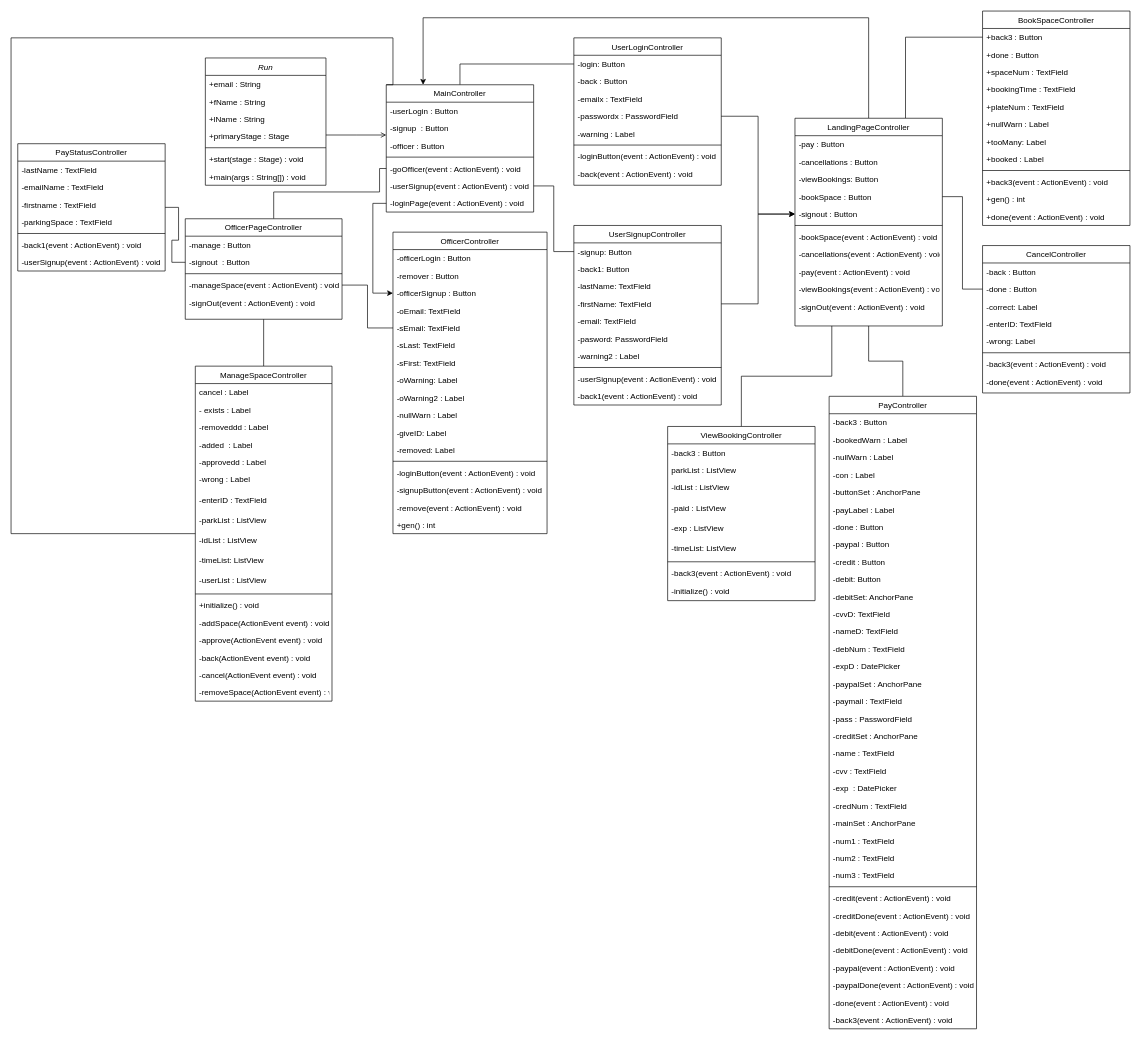
Before: EECS3311-Project/documents/ExpressParkingDiagram.drawio in nourinjh/ExpressParking, a draw.io diagram. Source tidied: cells renumbered, new cells numbered last; positions are measured from the earlier drawing's top-left corner, leaving out a move shared by most shapes. Both pictures are drawn from the tidied source at 67%, with x=0, y=0 at pixel (11, 11).
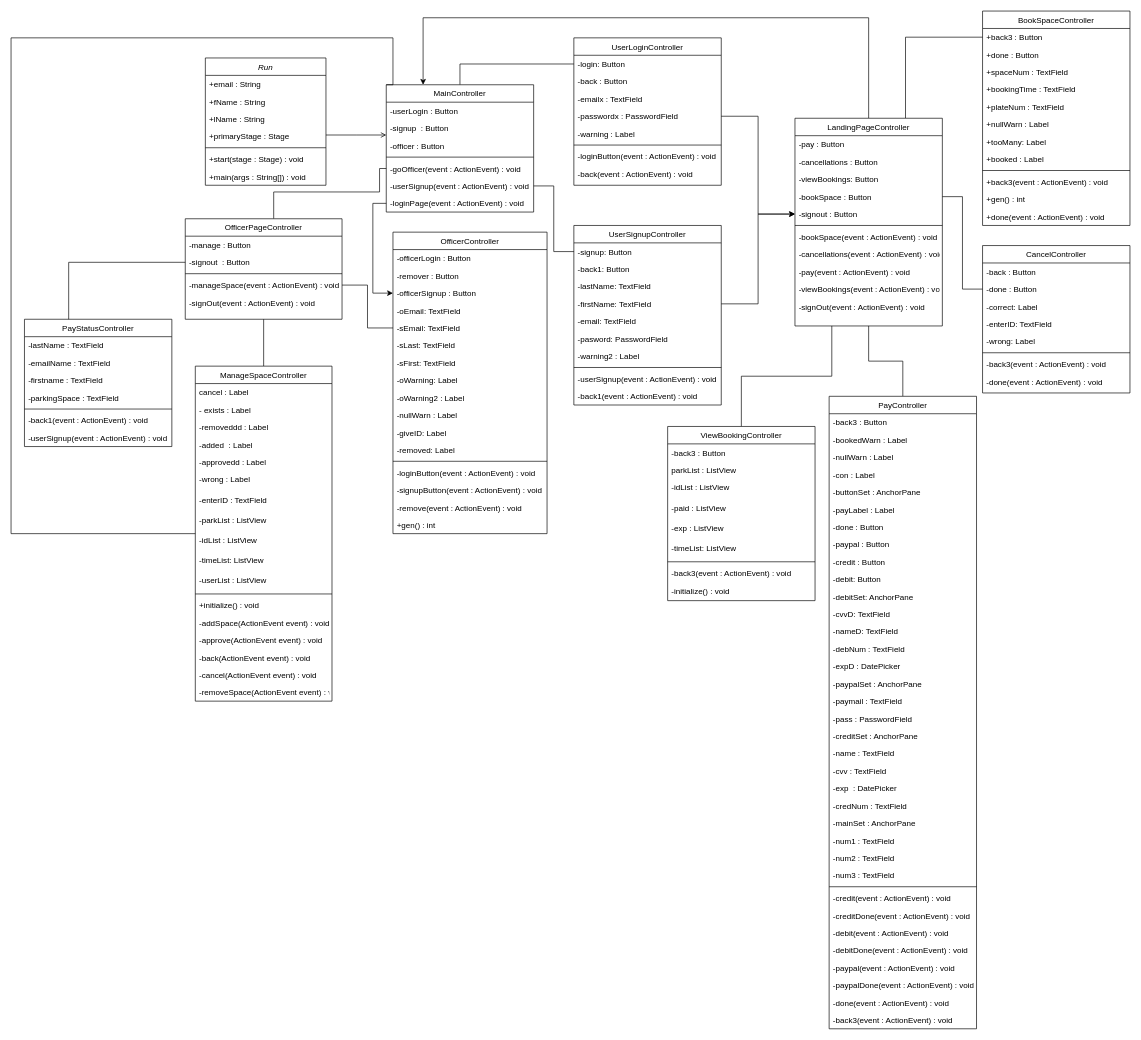
After the change.

The change refers to these unchanged cells:
```xml
<mxCell id="151" value="-signout  : Button" style="text;align=left;verticalAlign=top;spacingLeft=4;spacingRight=4;overflow=hidden;points=[[0,0.5],[1,0.5]];portConstraint=eastwest;rounded=0;shadow=0;html=0;" parent="149" vertex="1">
  <mxGeometry y="52" width="234" height="26" as="geometry" />
</mxCell>
```

Diff of the diagram source:
```diff
@@
     <mxCell id="177" value="PayStatusController" style="swimlane;fontStyle=0;align=center;verticalAlign=top;horizontal=1;startSize=26;rounded=0;shadow=0;strokeWidth=1;" parent="1" vertex="1">
-      <mxGeometry x="10" y="198" width="220" height="190" as="geometry" />
+      <mxGeometry x="20" y="460" width="220" height="190" as="geometry" />
     </mxCell>
@@
-    <mxCell id="185" style="edgeStyle=orthogonalEdgeStyle;rounded=0;jettySize=auto;html=1;entryX=1;entryY=0.5;entryDx=0;entryDy=0;endArrow=none;endFill=0;" parent="1" edge="1" source="151" target="177">
-      <mxGeometry relative="1" as="geometry" />
+    <mxCell id="185" style="edgeStyle=orthogonalEdgeStyle;rounded=0;jettySize=auto;html=1;entryX=0.3;entryY=0;entryDx=0;entryDy=0;endArrow=none;endFill=0;entryPerimeter=0;" parent="1" edge="1" source="151" target="177">
+      <mxGeometry relative="1" as="geometry">
+        <Array as="points">
+          <mxPoint x="86" y="375" />
+        </Array>
+      </mxGeometry>
     </mxCell>
```
